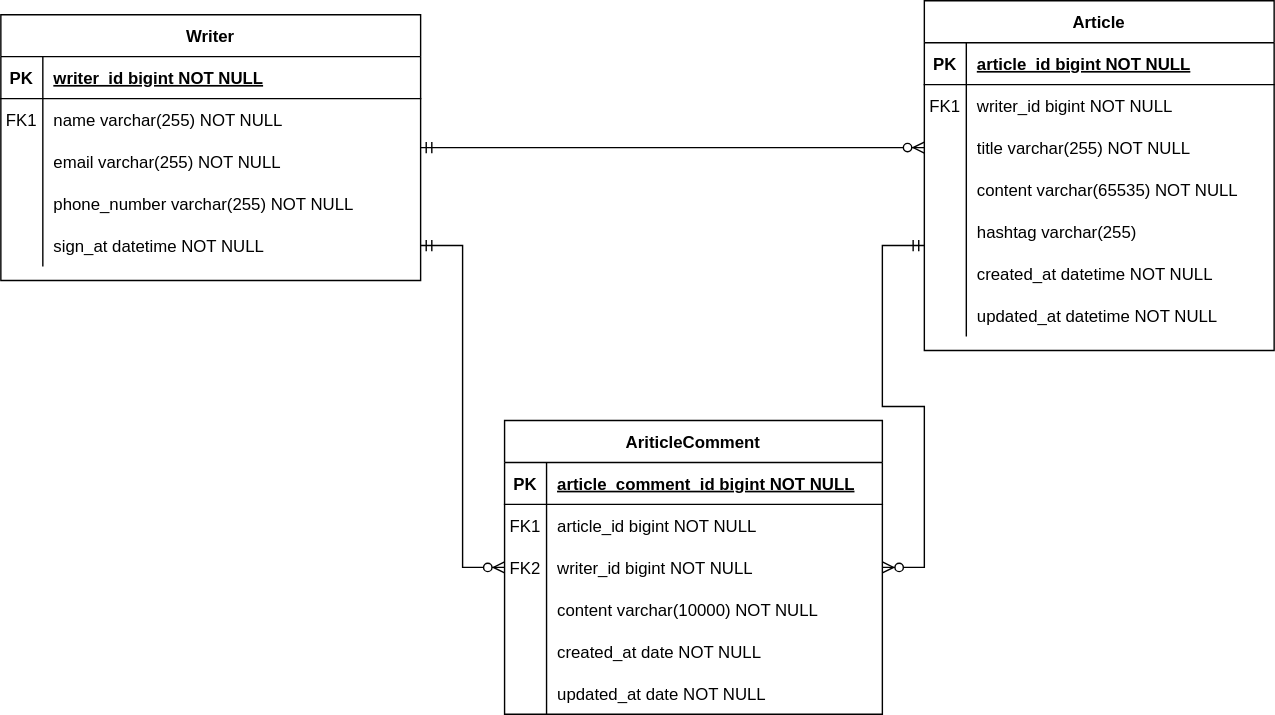
Above: boarding-express/boardingExpress ERD.drawio.svg in 6161990/T-Express (draw.io), before the change. Source tidied: cells renumbered, new cells last; positions are measured from the earlier drawing's top-left corner, leaving out a move shared by most shapes.
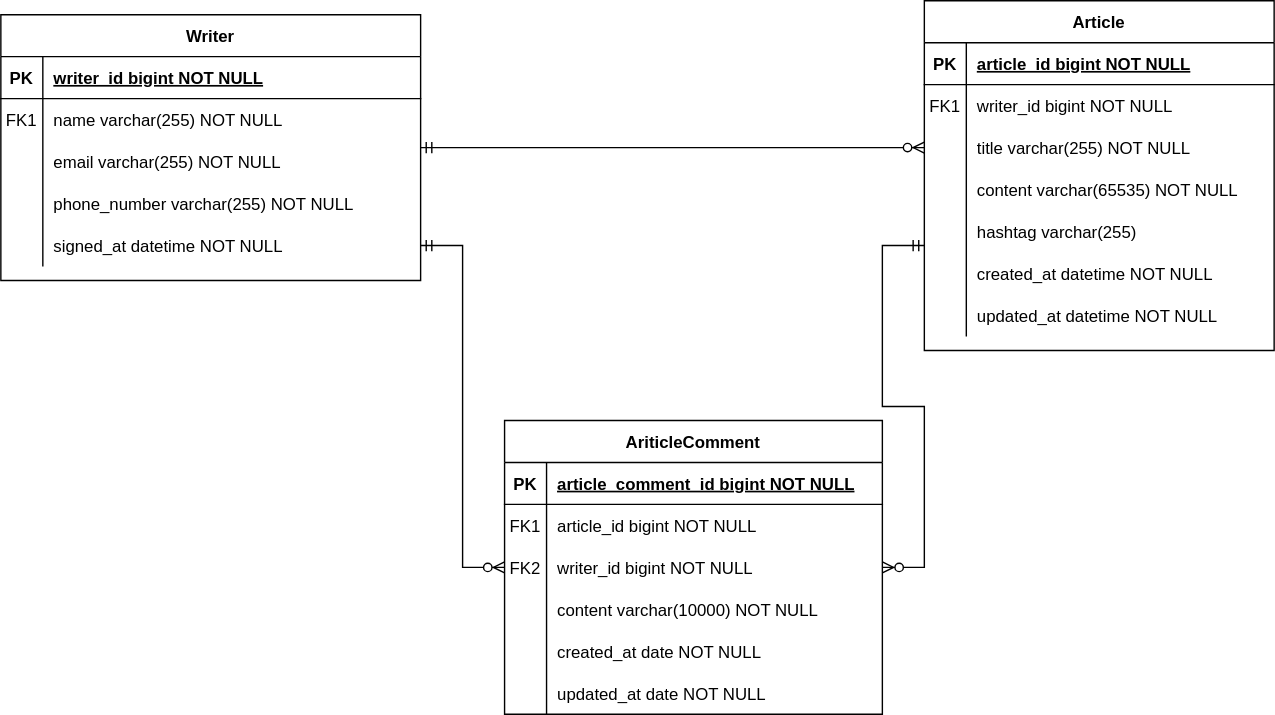
The same diagram one commit later.

Change to the diagram source:
```diff
@@ -47,7 +47,7 @@
     <mxCell id="16" style="shape=partialRectangle;overflow=hidden;fillColor=none;top=0;left=0;bottom=0;right=0;" parent="15" vertex="1">
       <mxGeometry width="30" height="30" as="geometry" />
     </mxCell>
-    <mxCell id="17" value="sign_at datetime NOT NULL" style="shape=partialRectangle;overflow=hidden;fillColor=none;top=0;left=0;bottom=0;right=0;align=left;spacingLeft=6;" parent="15" vertex="1">
+    <mxCell id="17" value="signed_at datetime NOT NULL" style="shape=partialRectangle;overflow=hidden;fillColor=none;top=0;left=0;bottom=0;right=0;align=left;spacingLeft=6;" parent="15" vertex="1">
       <mxGeometry x="30" width="270" height="30" as="geometry" />
     </mxCell>
     <mxCell id="18" value="AriticleComment" style="shape=table;startSize=30;rowLines=0;fontStyle=1;align=center;" parent="1" vertex="1">
```
